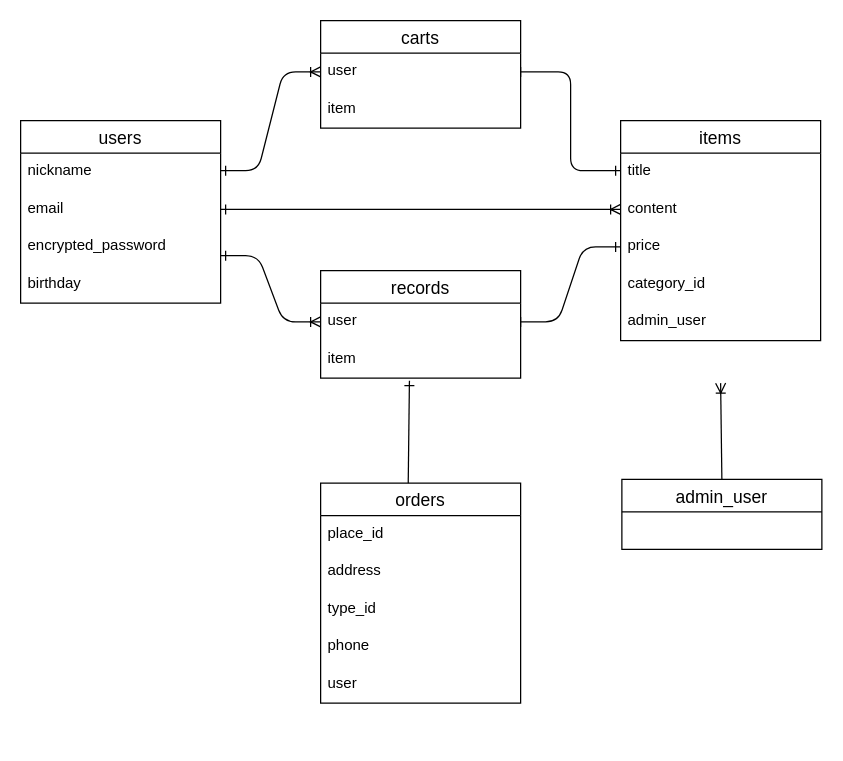
Before: like_me.dio in utidayudai/Like_me, a draw.io diagram. Source tidied: cells renumbered, new cells numbered last; positions are measured from the earlier drawing's top-left corner, leaving out a move shared by most shapes. Both pictures are drawn from the tidied source at 125%, with x=0, y=0 at pixel (20, 20).
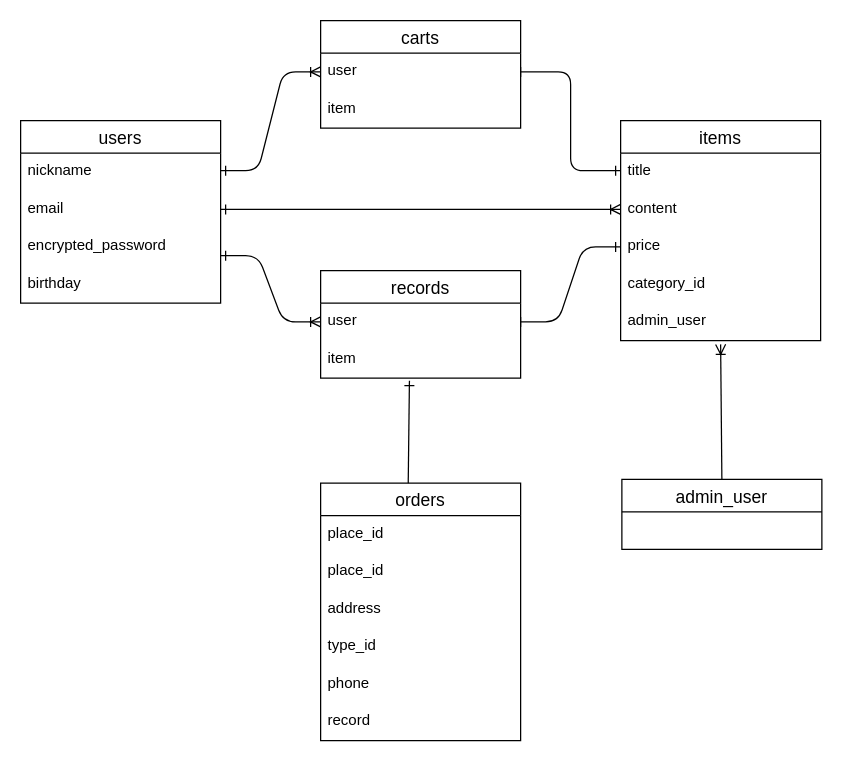
The same page after the edit.

Commit message (it also covers changes not shown here):
データベース設計途中

The change refers to these unchanged cells:
```xml
<mxCell id="13" value="admin_user" style="text;strokeColor=none;fillColor=none;spacingLeft=4;spacingRight=4;overflow=hidden;points=[[0,0.5],[1,0.5]];portConstraint=eastwest;fontSize=12;" parent="7" vertex="1">
  <mxGeometry y="146" width="160" height="30" as="geometry" />
</mxCell>
<mxCell id="31" value="admin_user" style="swimlane;fontStyle=0;horizontal=1;startSize=26;align=center;fontSize=14;" parent="1" vertex="1">
  <mxGeometry x="481" y="367" width="160" height="56" as="geometry" />
</mxCell>
```

The edit, as a diff of the source:
```diff
@@
     <mxCell id="14" value="orders" style="swimlane;fontStyle=0;horizontal=1;startSize=26;align=center;fontSize=14;" parent="1" vertex="1">
-      <mxGeometry x="240" y="370" width="160" height="176" as="geometry" />
+      <mxGeometry x="240" y="370" width="160" height="206" as="geometry" />
     </mxCell>
+    <mxCell id="33" value="place_id" style="text;strokeColor=none;fillColor=none;spacingLeft=4;spacingRight=4;overflow=hidden;fontSize=12;" parent="14" vertex="1">
+      <mxGeometry y="26" width="160" height="30" as="geometry" />
+    </mxCell>
     <mxCell id="15" value="place_id" style="text;strokeColor=none;fillColor=none;spacingLeft=4;spacingRight=4;overflow=hidden;fontSize=12;" parent="14" vertex="1">
-      <mxGeometry y="26" width="160" height="30" as="geometry" />
+      <mxGeometry y="56" width="160" height="30" as="geometry" />
     </mxCell>
     <mxCell id="16" value="address&#10;" style="text;strokeColor=none;fillColor=none;spacingLeft=4;spacingRight=4;overflow=hidden;fontSize=12;" parent="14" vertex="1">
-      <mxGeometry y="56" width="160" height="30" as="geometry" />
+      <mxGeometry y="86" width="160" height="30" as="geometry" />
     </mxCell>
     <mxCell id="17" value="type_id&#10;" style="text;strokeColor=none;fillColor=none;spacingLeft=4;spacingRight=4;overflow=hidden;fontSize=12;" parent="14" vertex="1">
-      <mxGeometry y="86" width="160" height="30" as="geometry" />
+      <mxGeometry y="116" width="160" height="30" as="geometry" />
     </mxCell>
     <mxCell id="18" value="phone" style="text;strokeColor=none;fillColor=none;spacingLeft=4;spacingRight=4;overflow=hidden;fontSize=12;" parent="14" vertex="1">
-      <mxGeometry y="116" width="160" height="30" as="geometry" />
+      <mxGeometry y="146" width="160" height="30" as="geometry" />
     </mxCell>
-    <mxCell id="19" value="user" style="text;strokeColor=none;fillColor=none;spacingLeft=4;spacingRight=4;overflow=hidden;fontSize=12;" parent="14" vertex="1">
-      <mxGeometry y="146" width="160" height="30" as="geometry" />
+    <mxCell id="19" value="record" style="text;strokeColor=none;fillColor=none;spacingLeft=4;spacingRight=4;overflow=hidden;fontSize=12;" parent="14" vertex="1">
+      <mxGeometry y="176" width="160" height="30" as="geometry" />
     </mxCell>
@@
-    <mxCell id="32" style="fontSize=12;html=1;endArrow=ERoneToMany;exitX=0.5;exitY=0;exitDx=0;exitDy=0;" parent="1" edge="1" source="31">
-      <mxGeometry relative="1" as="geometry">
-        <mxPoint x="560" y="290" as="targetPoint" />
-      </mxGeometry>
+    <mxCell id="32" style="fontSize=12;html=1;endArrow=ERoneToMany;exitX=0.5;exitY=0;exitDx=0;exitDy=0;entryX=0.5;entryY=1.1;entryDx=0;entryDy=0;entryPerimeter=0;" parent="1" edge="1" source="31" target="13">
+      <mxGeometry relative="1" as="geometry" />
     </mxCell>
```
